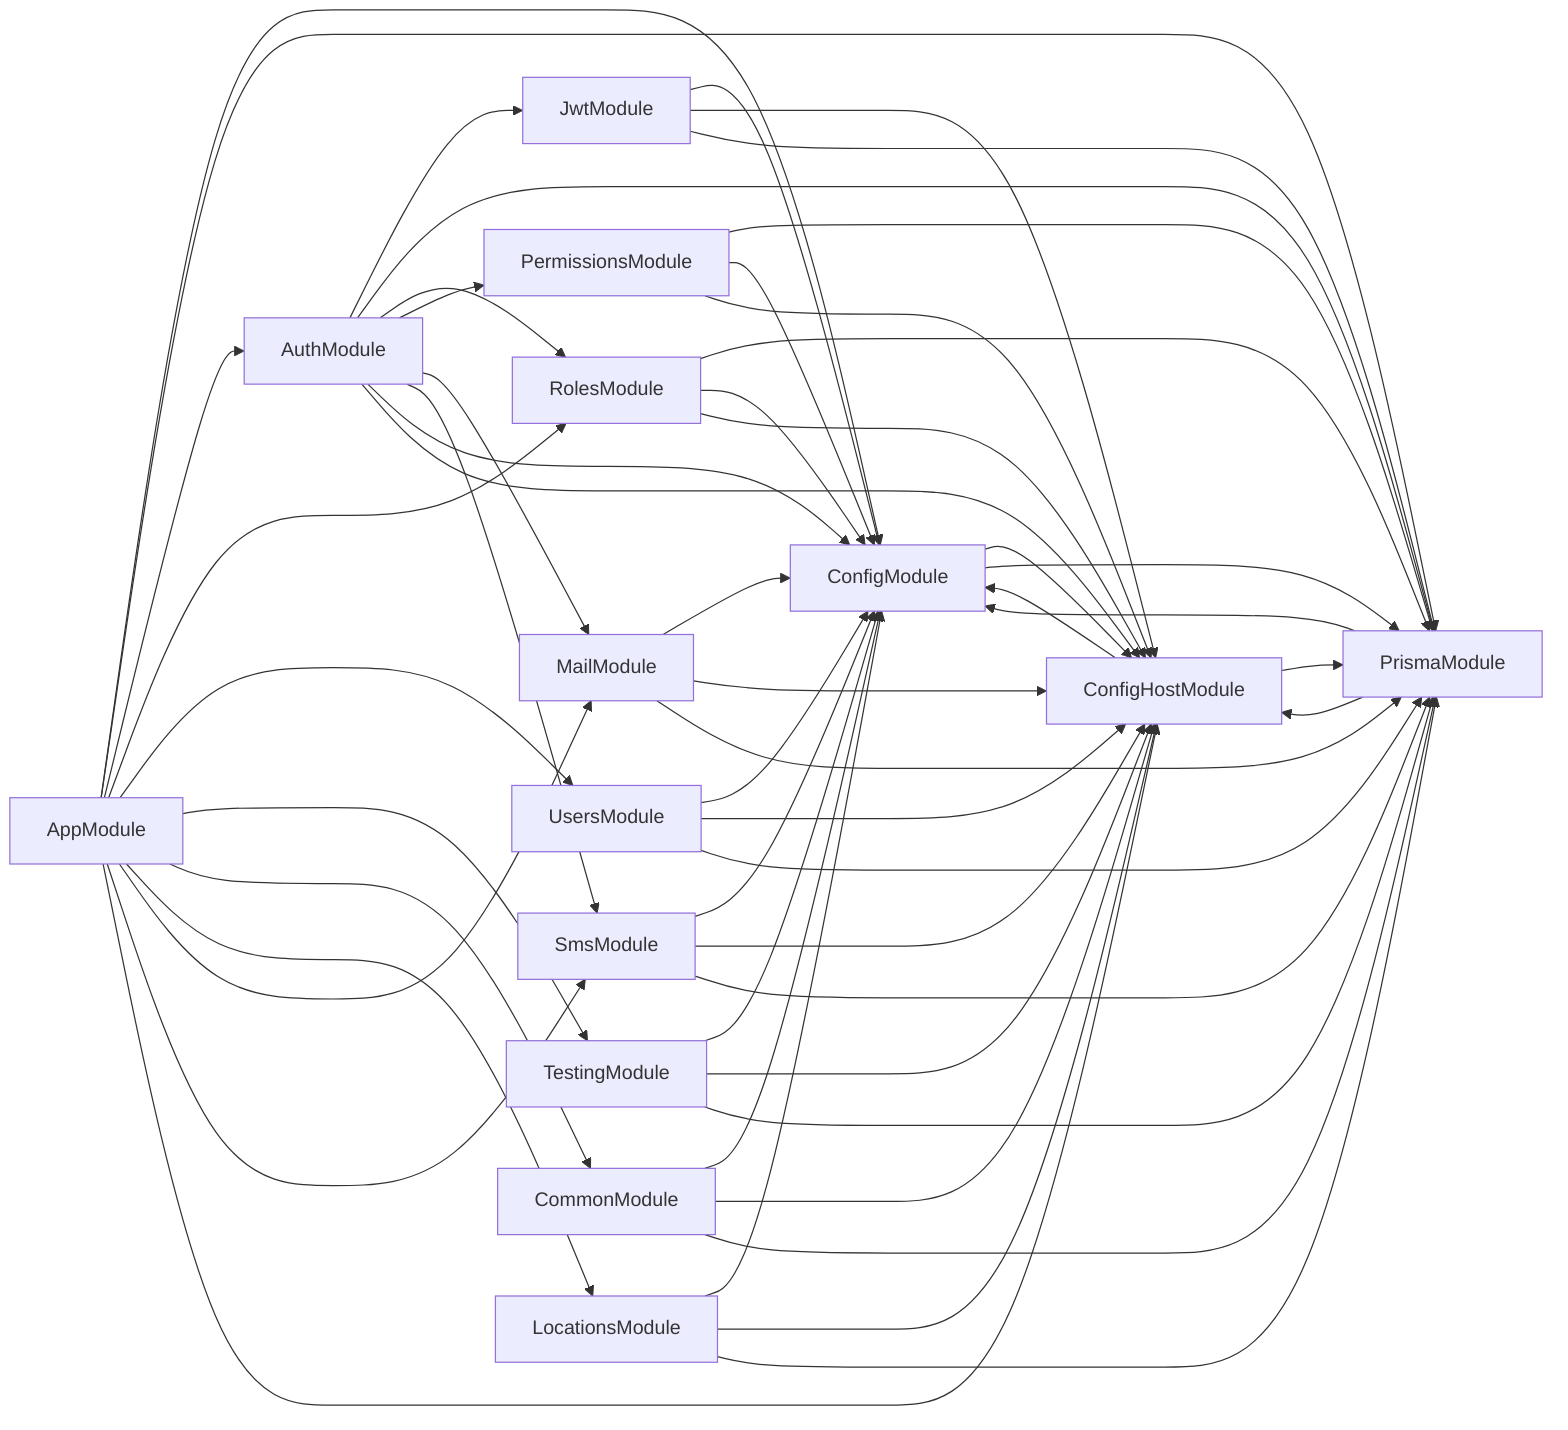
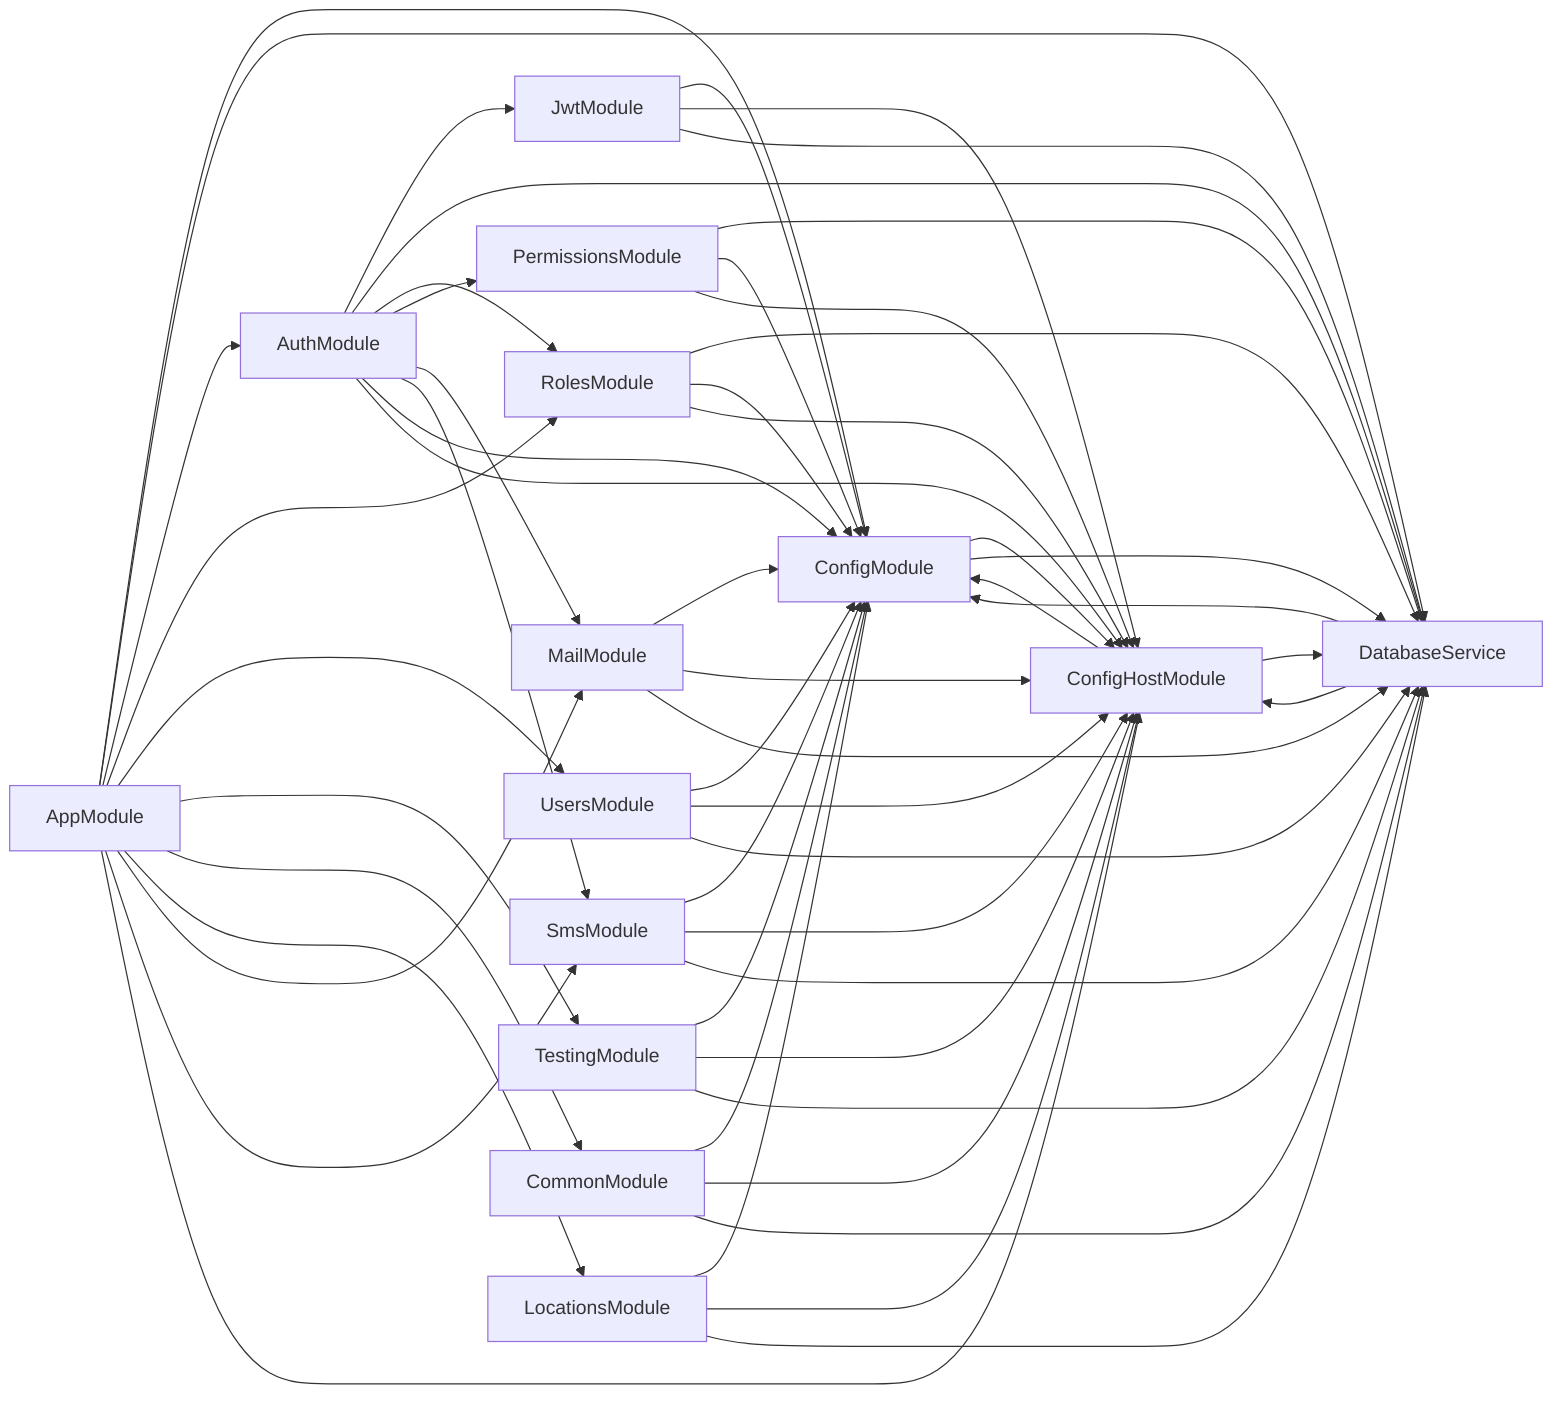
graph LR
  AppModule --> ConfigModule
  ConfigModule --> ConfigHostModule
  ConfigHostModule --> ConfigModule
-   ConfigHostModule --> PrismaModule
-   PrismaModule --> ConfigModule
-   PrismaModule --> ConfigHostModule
-   ConfigModule --> PrismaModule
-   AppModule --> PrismaModule
+   ConfigHostModule --> DatabaseService
+   DatabaseService --> ConfigModule
+   DatabaseService --> ConfigHostModule
+   ConfigModule --> DatabaseService
+   AppModule --> DatabaseService
  AppModule --> AuthModule
  AuthModule --> JwtModule
  JwtModule --> ConfigModule
  JwtModule --> ConfigHostModule
-   JwtModule --> PrismaModule
-   AuthModule --> PrismaModule
+   JwtModule --> DatabaseService
+   AuthModule --> DatabaseService
  AuthModule --> RolesModule
-   RolesModule --> PrismaModule
+   RolesModule --> DatabaseService
  RolesModule --> ConfigModule
  RolesModule --> ConfigHostModule
  AuthModule --> PermissionsModule
-   PermissionsModule --> PrismaModule
+   PermissionsModule --> DatabaseService
  PermissionsModule --> ConfigModule
  PermissionsModule --> ConfigHostModule
  AuthModule --> MailModule
  MailModule --> ConfigModule
  MailModule --> ConfigHostModule
-   MailModule --> PrismaModule
+   MailModule --> DatabaseService
  AuthModule --> SmsModule
  SmsModule --> ConfigModule
  SmsModule --> ConfigHostModule
-   SmsModule --> PrismaModule
+   SmsModule --> DatabaseService
  AuthModule --> ConfigModule
  AuthModule --> ConfigHostModule
  AppModule --> RolesModule
  AppModule --> UsersModule
  UsersModule --> ConfigModule
  UsersModule --> ConfigHostModule
-   UsersModule --> PrismaModule
+   UsersModule --> DatabaseService
  AppModule --> TestingModule
  TestingModule --> ConfigModule
  TestingModule --> ConfigHostModule
-   TestingModule --> PrismaModule
+   TestingModule --> DatabaseService
  AppModule --> CommonModule
  CommonModule --> ConfigModule
  CommonModule --> ConfigHostModule
-   CommonModule --> PrismaModule
+   CommonModule --> DatabaseService
  AppModule --> LocationsModule
  LocationsModule --> ConfigModule
  LocationsModule --> ConfigHostModule
-   LocationsModule --> PrismaModule
+   LocationsModule --> DatabaseService
  AppModule --> MailModule
  AppModule --> SmsModule
  AppModule --> ConfigHostModule
